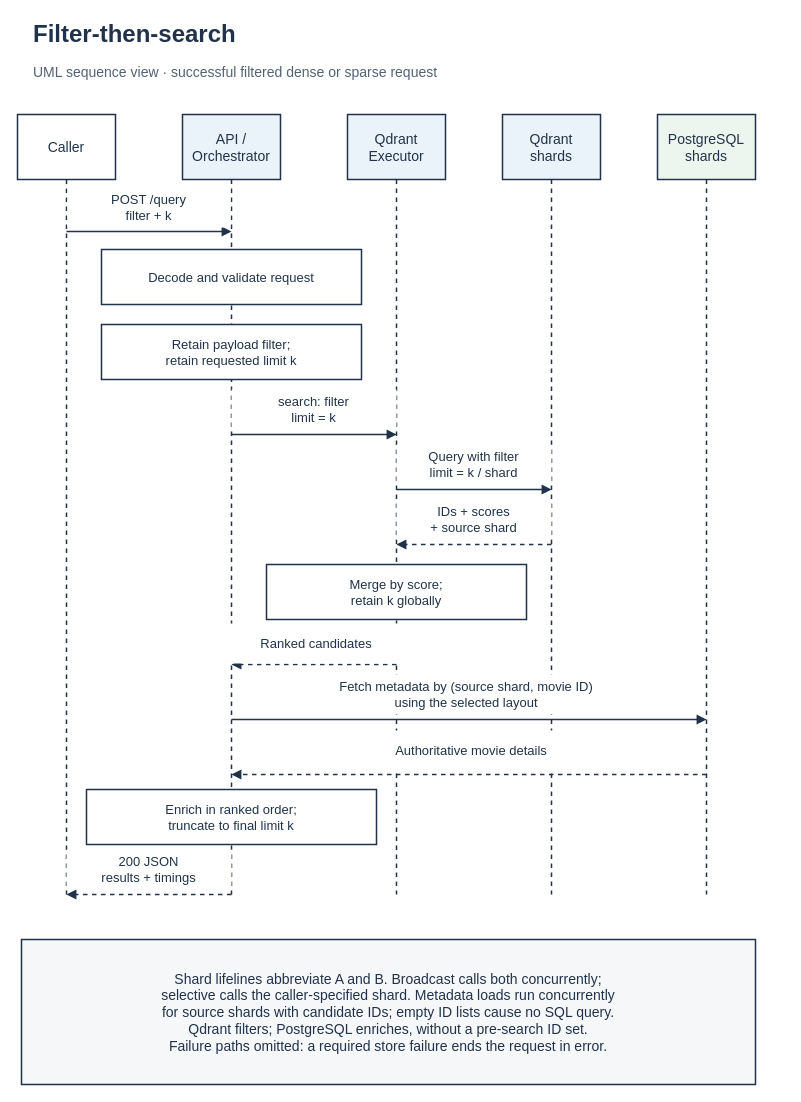
Above: page "filter-then-search" (8 of 12) of report/final/diagrams/diagrams.drawio in devangcx/distributed-retrieval (draw.io), before the change. Source tidied: cells renumbered, new cells numbered last; positions are measured from the earlier drawing's top-left corner, leaving out a move shared by most shapes. Both pictures are drawn from the tidied source at 100%, with x=0, y=0 at pixel (17, 17).
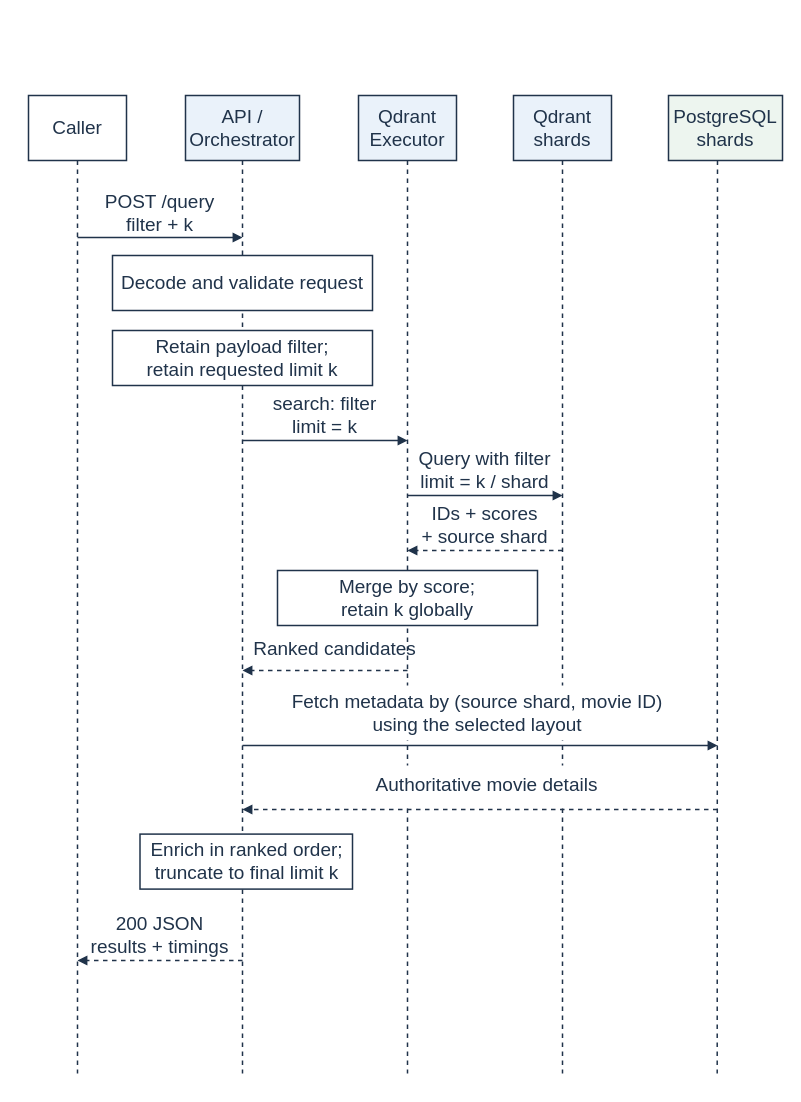
The same diagram, later.

What changed in the source:
```diff
@@
-    <mxCell id="2" value="Filter-then-search" style="text;html=0;whiteSpace=wrap;align=left;verticalAlign=middle;fontFamily=Arial;fontSize=24;fontColor=#20334A;fontStyle=1;spacing=12;" parent="1" vertex="1">
-      <mxGeometry x="4" width="734" height="34" as="geometry" />
-    </mxCell>
-    <mxCell id="3" value="UML sequence view · successful filtered dense or sparse request" style="text;html=0;whiteSpace=wrap;align=left;verticalAlign=middle;fontFamily=Arial;fontSize=14;fontColor=#526274;fontStyle=0;spacing=12;" parent="1" vertex="1">
-      <mxGeometry x="4" y="39" width="734" height="32" as="geometry" />
-    </mxCell>
-    <mxCell id="4" value="Caller" style="rounded=0;html=0;whiteSpace=wrap;fillColor=#FFFFFF;strokeColor=#20334A;strokeWidth=1.5;fontFamily=Arial;fontSize=14;fontColor=#20334A;spacing=10;" parent="1" vertex="1">
-      <mxGeometry y="97" width="98" height="65" as="geometry" />
+    <mxCell id="4" value="Caller" style="rounded=0;html=0;whiteSpace=wrap;fillColor=#FFFFFF;strokeColor=#20334A;strokeWidth=1.5;fontFamily=Arial;fontSize=19;fontColor=#20334A;spacing=10;" parent="1" vertex="1">
+      <mxGeometry x="11" y="78" width="98" height="65" as="geometry" />
     </mxCell>
-    <mxCell id="5" style="html=0;rounded=0;strokeColor=#20334A;strokeWidth=1.5;endArrow=none;endFill=1;dashed=1;" parent="1" edge="1">
+    <mxCell id="5" style="html=0;rounded=0;strokeColor=#20334A;strokeWidth=1.5;endArrow=none;endFill=1;dashed=1;fontSize=19;" parent="1" edge="1">
       <mxGeometry relative="1" as="geometry">
-        <mxPoint x="49" y="162" as="sourcePoint" />
-        <mxPoint x="49" y="877" as="targetPoint" />
+        <mxPoint x="60" y="143" as="sourcePoint" />
+        <mxPoint x="60" y="1056" as="targetPoint" />
       </mxGeometry>
     </mxCell>
-    <mxCell id="6" value="API /&#10;Orchestrator" style="rounded=0;html=0;whiteSpace=wrap;fillColor=#EAF2FA;strokeColor=#20334A;strokeWidth=1.5;fontFamily=Arial;fontSize=14;fontColor=#20334A;spacing=10;" parent="1" vertex="1">
-      <mxGeometry x="165" y="97" width="98" height="65" as="geometry" />
+    <mxCell id="6" value="API /&#10;Orchestrator" style="rounded=0;html=0;whiteSpace=wrap;fillColor=#EAF2FA;strokeColor=#20334A;strokeWidth=1.5;fontFamily=Arial;fontSize=19;fontColor=#20334A;spacing=10;" parent="1" vertex="1">
+      <mxGeometry x="168" y="78" width="114" height="65" as="geometry" />
     </mxCell>
-    <mxCell id="7" style="html=0;rounded=0;strokeColor=#20334A;strokeWidth=1.5;endArrow=none;endFill=1;dashed=1;" parent="1" edge="1">
+    <mxCell id="7" style="html=0;rounded=0;strokeColor=#20334A;strokeWidth=1.5;endArrow=none;endFill=1;dashed=1;fontSize=19;" parent="1" edge="1">
       <mxGeometry relative="1" as="geometry">
-        <mxPoint x="214" y="162" as="sourcePoint" />
-        <mxPoint x="214" y="877" as="targetPoint" />
+        <mxPoint x="225" y="143" as="sourcePoint" />
+        <mxPoint x="225" y="1056" as="targetPoint" />
       </mxGeometry>
     </mxCell>
-    <mxCell id="8" value="Qdrant&#10;Executor" style="rounded=0;html=0;whiteSpace=wrap;fillColor=#EAF2FA;strokeColor=#20334A;strokeWidth=1.5;fontFamily=Arial;fontSize=14;fontColor=#20334A;spacing=10;" parent="1" vertex="1">
-      <mxGeometry x="330" y="97" width="98" height="65" as="geometry" />
+    <mxCell id="8" value="Qdrant&#10;Executor" style="rounded=0;html=0;whiteSpace=wrap;fillColor=#EAF2FA;strokeColor=#20334A;strokeWidth=1.5;fontFamily=Arial;fontSize=19;fontColor=#20334A;spacing=10;" parent="1" vertex="1">
+      <mxGeometry x="341" y="78" width="98" height="65" as="geometry" />
     </mxCell>
-    <mxCell id="9" style="html=0;rounded=0;strokeColor=#20334A;strokeWidth=1.5;endArrow=none;endFill=1;dashed=1;" parent="1" edge="1">
+    <mxCell id="9" style="html=0;rounded=0;strokeColor=#20334A;strokeWidth=1.5;endArrow=none;endFill=1;dashed=1;fontSize=19;" parent="1" edge="1">
       <mxGeometry relative="1" as="geometry">
-        <mxPoint x="379" y="162" as="sourcePoint" />
-        <mxPoint x="379" y="877" as="targetPoint" />
+        <mxPoint x="390" y="143" as="sourcePoint" />
+        <mxPoint x="390" y="1056" as="targetPoint" />
       </mxGeometry>
     </mxCell>
-    <mxCell id="10" value="Qdrant&#10;shards" style="rounded=0;html=0;whiteSpace=wrap;fillColor=#EAF2FA;strokeColor=#20334A;strokeWidth=1.5;fontFamily=Arial;fontSize=14;fontColor=#20334A;spacing=10;" parent="1" vertex="1">
-      <mxGeometry x="485" y="97" width="98" height="65" as="geometry" />
+    <mxCell id="10" value="Qdrant&#10;shards" style="rounded=0;html=0;whiteSpace=wrap;fillColor=#EAF2FA;strokeColor=#20334A;strokeWidth=1.5;fontFamily=Arial;fontSize=19;fontColor=#20334A;spacing=10;" parent="1" vertex="1">
+      <mxGeometry x="496" y="78" width="98" height="65" as="geometry" />
     </mxCell>
-    <mxCell id="11" style="html=0;rounded=0;strokeColor=#20334A;strokeWidth=1.5;endArrow=none;endFill=1;dashed=1;" parent="1" edge="1">
+    <mxCell id="11" style="html=0;rounded=0;strokeColor=#20334A;strokeWidth=1.5;endArrow=none;endFill=1;dashed=1;fontSize=19;" parent="1" edge="1">
       <mxGeometry relative="1" as="geometry">
-        <mxPoint x="534" y="162" as="sourcePoint" />
-        <mxPoint x="534" y="877" as="targetPoint" />
+        <mxPoint x="545" y="143" as="sourcePoint" />
+        <mxPoint x="545" y="1056" as="targetPoint" />
       </mxGeometry>
     </mxCell>
-    <mxCell id="12" value="PostgreSQL&#10;shards" style="rounded=0;html=0;whiteSpace=wrap;fillColor=#EDF5EF;strokeColor=#20334A;strokeWidth=1.5;fontFamily=Arial;fontSize=14;fontColor=#20334A;spacing=10;" parent="1" vertex="1">
-      <mxGeometry x="640" y="97" width="98" height="65" as="geometry" />
+    <mxCell id="12" value="PostgreSQL&#10;shards" style="rounded=0;html=0;whiteSpace=wrap;fillColor=#EDF5EF;strokeColor=#20334A;strokeWidth=1.5;fontFamily=Arial;fontSize=19;fontColor=#20334A;spacing=10;" parent="1" vertex="1">
+      <mxGeometry x="651" y="78" width="114" height="65" as="geometry" />
     </mxCell>
-    <mxCell id="13" style="html=0;rounded=0;strokeColor=#20334A;strokeWidth=1.5;endArrow=none;endFill=1;dashed=1;" parent="1" edge="1">
+    <mxCell id="13" style="html=0;rounded=0;strokeColor=#20334A;strokeWidth=1.5;endArrow=none;endFill=1;dashed=1;fontSize=19;" parent="1" edge="1">
       <mxGeometry relative="1" as="geometry">
-        <mxPoint x="689" y="162" as="sourcePoint" />
-        <mxPoint x="689" y="877" as="targetPoint" />
+        <mxPoint x="700" y="143" as="sourcePoint" />
+        <mxPoint x="699.7" y="1056" as="targetPoint" />
       </mxGeometry>
     </mxCell>
-    <mxCell id="14" style="html=0;rounded=0;strokeColor=#20334A;strokeWidth=1.5;endArrow=block;endFill=1;" parent="1" edge="1">
+    <mxCell id="14" style="html=0;rounded=0;strokeColor=#20334A;strokeWidth=1.5;endArrow=block;endFill=1;fontSize=19;" parent="1" edge="1">
       <mxGeometry relative="1" as="geometry">
-        <mxPoint x="49" y="214" as="sourcePoint" />
-        <mxPoint x="214" y="214" as="targetPoint" />
+        <mxPoint x="60" y="220" as="sourcePoint" />
+        <mxPoint x="225" y="220" as="targetPoint" />
       </mxGeometry>
     </mxCell>
-    <mxCell id="15" value="POST /query&#10;filter + k" style="text;html=0;fillColor=#FFFFFF;whiteSpace=wrap;align=center;verticalAlign=middle;fontFamily=Arial;fontSize=13;fontColor=#20334A;fontStyle=0;spacing=12;" parent="1" vertex="1">
-      <mxGeometry x="50" y="170" width="163" height="40" as="geometry" />
+    <mxCell id="15" value="POST /query&#10;filter + k" style="text;html=0;fillColor=none;whiteSpace=wrap;align=center;verticalAlign=middle;fontFamily=Arial;fontSize=19;fontColor=#20334A;fontStyle=0;spacing=12;" parent="1" vertex="1">
+      <mxGeometry x="61" y="176" width="163" height="40" as="geometry" />
     </mxCell>
-    <mxCell id="16" value="Decode and validate request" style="rounded=0;html=0;whiteSpace=wrap;fillColor=#FFFFFF;strokeColor=#20334A;strokeWidth=1.5;fontFamily=Arial;fontSize=13;fontColor=#20334A;spacing=10;" parent="1" vertex="1">
-      <mxGeometry x="84" y="232" width="260" height="55" as="geometry" />
+    <mxCell id="16" value="Decode and validate request" style="rounded=0;html=0;whiteSpace=wrap;fillColor=#FFFFFF;strokeColor=#20334A;strokeWidth=1.5;fontFamily=Arial;fontSize=19;fontColor=#20334A;spacing=10;" parent="1" vertex="1">
+      <mxGeometry x="95" y="238" width="260" height="55" as="geometry" />
     </mxCell>
-    <mxCell id="17" value="Retain payload filter;&#10;retain requested limit k" style="rounded=0;html=0;whiteSpace=wrap;fillColor=#FFFFFF;strokeColor=#20334A;strokeWidth=1.5;fontFamily=Arial;fontSize=13;fontColor=#20334A;spacing=10;" parent="1" vertex="1">
-      <mxGeometry x="84" y="307" width="260" height="55" as="geometry" />
+    <mxCell id="17" value="Retain payload filter;&#10;retain requested limit k" style="rounded=0;html=0;whiteSpace=wrap;fillColor=default;strokeColor=#20334A;strokeWidth=1.5;fontFamily=Arial;fontSize=19;fontColor=#20334A;spacing=10;" parent="1" vertex="1">
+      <mxGeometry x="95" y="313" width="260" height="55" as="geometry" />
     </mxCell>
-    <mxCell id="18" style="html=0;rounded=0;strokeColor=#20334A;strokeWidth=1.5;endArrow=block;endFill=1;" parent="1" edge="1">
+    <mxCell id="18" style="html=0;rounded=0;strokeColor=#20334A;strokeWidth=1.5;endArrow=block;endFill=1;fontSize=19;" parent="1" edge="1">
       <mxGeometry relative="1" as="geometry">
-        <mxPoint x="214" y="417" as="sourcePoint" />
-        <mxPoint x="379" y="417" as="targetPoint" />
+        <mxPoint x="225" y="423" as="sourcePoint" />
+        <mxPoint x="390" y="423" as="targetPoint" />
       </mxGeometry>
     </mxCell>
-    <mxCell id="19" value="search: filter&#10;limit = k" style="text;html=0;fillColor=#FFFFFF;whiteSpace=wrap;align=center;verticalAlign=middle;fontFamily=Arial;fontSize=13;fontColor=#20334A;fontStyle=0;spacing=12;" parent="1" vertex="1">
-      <mxGeometry x="214" y="372" width="165" height="40" as="geometry" />
+    <mxCell id="19" value="search: filter&#10;limit = k" style="text;html=0;fillColor=none;whiteSpace=wrap;align=center;verticalAlign=middle;fontFamily=Arial;fontSize=19;fontColor=#20334A;fontStyle=0;spacing=12;" parent="1" vertex="1">
+      <mxGeometry x="225" y="378" width="165" height="40" as="geometry" />
     </mxCell>
-    <mxCell id="20" style="html=0;rounded=0;strokeColor=#20334A;strokeWidth=1.5;endArrow=block;endFill=1;" parent="1" edge="1">
+    <mxCell id="20" style="html=0;rounded=0;strokeColor=#20334A;strokeWidth=1.5;endArrow=block;endFill=1;fontSize=19;" parent="1" edge="1">
       <mxGeometry relative="1" as="geometry">
-        <mxPoint x="379" y="472" as="sourcePoint" />
-        <mxPoint x="534" y="472" as="targetPoint" />
+        <mxPoint x="390" y="478" as="sourcePoint" />
+        <mxPoint x="545" y="478" as="targetPoint" />
       </mxGeometry>
     </mxCell>
-    <mxCell id="21" value="Query with filter&#10;limit = k / shard" style="text;html=0;fillColor=#FFFFFF;whiteSpace=wrap;align=center;verticalAlign=middle;fontFamily=Arial;fontSize=13;fontColor=#20334A;fontStyle=0;spacing=12;" parent="1" vertex="1">
-      <mxGeometry x="379" y="427" width="155" height="40" as="geometry" />
+    <mxCell id="21" value="Query with filter&#10;limit = k / shard" style="text;html=0;fillColor=none;whiteSpace=wrap;align=center;verticalAlign=middle;fontFamily=Arial;fontSize=19;fontColor=#20334A;fontStyle=0;spacing=12;" parent="1" vertex="1">
+      <mxGeometry x="390" y="433" width="155" height="40" as="geometry" />
     </mxCell>
-    <mxCell id="22" style="html=0;rounded=0;strokeColor=#20334A;strokeWidth=1.5;endArrow=block;endFill=1;dashed=1;" parent="1" edge="1">
+    <mxCell id="22" style="html=0;rounded=0;strokeColor=#20334A;strokeWidth=1.5;endArrow=block;endFill=1;dashed=1;fontSize=19;" parent="1" edge="1">
       <mxGeometry relative="1" as="geometry">
-        <mxPoint x="534" y="527" as="sourcePoint" />
-        <mxPoint x="379" y="527" as="targetPoint" />
+        <mxPoint x="545" y="533" as="sourcePoint" />
+        <mxPoint x="390" y="533" as="targetPoint" />
       </mxGeometry>
     </mxCell>
-    <mxCell id="23" value="IDs + scores&#10;+ source shard" style="text;html=0;fillColor=#FFFFFF;whiteSpace=wrap;align=center;verticalAlign=middle;fontFamily=Arial;fontSize=13;fontColor=#20334A;fontStyle=0;spacing=12;" parent="1" vertex="1">
-      <mxGeometry x="379" y="482" width="155" height="40" as="geometry" />
+    <mxCell id="23" value="IDs + scores&#10;+ source shard" style="text;html=0;fillColor=none;whiteSpace=wrap;align=center;verticalAlign=middle;fontFamily=Arial;fontSize=19;fontColor=#20334A;fontStyle=0;spacing=12;" parent="1" vertex="1">
+      <mxGeometry x="390" y="488" width="155" height="40" as="geometry" />
     </mxCell>
-    <mxCell id="24" value="Merge by score;&#10;retain k globally" style="rounded=0;html=0;whiteSpace=wrap;fillColor=#FFFFFF;strokeColor=#20334A;strokeWidth=1.5;fontFamily=Arial;fontSize=13;fontColor=#20334A;spacing=10;" parent="1" vertex="1">
-      <mxGeometry x="249" y="547" width="260" height="55" as="geometry" />
+    <mxCell id="24" value="Merge by score;&#10;retain k globally" style="rounded=0;html=0;whiteSpace=wrap;fillColor=default;strokeColor=#20334A;strokeWidth=1.5;fontFamily=Arial;fontSize=19;fontColor=#20334A;spacing=10;" parent="1" vertex="1">
+      <mxGeometry x="260" y="553" width="260" height="55" as="geometry" />
     </mxCell>
-    <mxCell id="25" style="html=0;rounded=0;strokeColor=#20334A;strokeWidth=1.5;endArrow=block;endFill=1;dashed=1;" parent="1" edge="1">
+    <mxCell id="25" style="html=0;rounded=0;strokeColor=#20334A;strokeWidth=1.5;endArrow=block;endFill=1;dashed=1;fontSize=19;" parent="1" edge="1">
       <mxGeometry relative="1" as="geometry">
-        <mxPoint x="379" y="647" as="sourcePoint" />
-        <mxPoint x="214" y="647" as="targetPoint" />
+        <mxPoint x="390" y="653" as="sourcePoint" />
+        <mxPoint x="225" y="653" as="targetPoint" />
       </mxGeometry>
     </mxCell>
-    <mxCell id="26" value="Ranked candidates" style="text;html=0;fillColor=#FFFFFF;whiteSpace=wrap;align=center;verticalAlign=middle;fontFamily=Arial;fontSize=13;fontColor=#20334A;fontStyle=0;spacing=12;" parent="1" vertex="1">
-      <mxGeometry x="209" y="606" width="180" height="40" as="geometry" />
+    <mxCell id="26" value="Ranked candidates" style="text;html=0;fillColor=none;whiteSpace=wrap;align=center;verticalAlign=middle;fontFamily=Arial;fontSize=19;fontColor=#20334A;fontStyle=0;spacing=12;" parent="1" vertex="1">
+      <mxGeometry x="220" y="612" width="195" height="40" as="geometry" />
     </mxCell>
-    <mxCell id="27" style="html=0;rounded=0;strokeColor=#20334A;strokeWidth=1.5;endArrow=block;endFill=1;" parent="1" edge="1">
+    <mxCell id="27" style="html=0;rounded=0;strokeColor=#20334A;strokeWidth=1.5;endArrow=block;endFill=1;fontSize=19;" parent="1" edge="1">
       <mxGeometry relative="1" as="geometry">
-        <mxPoint x="214" y="702" as="sourcePoint" />
-        <mxPoint x="689" y="702" as="targetPoint" />
+        <mxPoint x="225" y="728" as="sourcePoint" />
+        <mxPoint x="700" y="728" as="targetPoint" />
       </mxGeometry>
     </mxCell>
-    <mxCell id="28" value="Fetch metadata by (source shard, movie ID)&#10;using the selected layout" style="text;html=0;fillColor=#FFFFFF;whiteSpace=wrap;align=center;verticalAlign=middle;fontFamily=Arial;fontSize=13;fontColor=#20334A;fontStyle=0;spacing=12;" parent="1" vertex="1">
-      <mxGeometry x="229" y="657" width="440" height="40" as="geometry" />
+    <mxCell id="28" value="Fetch metadata by (source shard, movie ID)&#10;using the selected layout" style="text;html=0;fillColor=default;whiteSpace=wrap;align=center;verticalAlign=middle;fontFamily=Arial;fontSize=19;fontColor=#20334A;fontStyle=0;spacing=12;strokeColor=none;" parent="1" vertex="1">
+      <mxGeometry x="240" y="668" width="440" height="55" as="geometry" />
     </mxCell>
-    <mxCell id="29" style="html=0;rounded=0;strokeColor=#20334A;strokeWidth=1.5;endArrow=block;endFill=1;dashed=1;" parent="1" edge="1">
+    <mxCell id="29" style="html=0;rounded=0;strokeColor=#20334A;strokeWidth=1.5;endArrow=block;endFill=1;dashed=1;fontSize=19;" parent="1" edge="1">
       <mxGeometry relative="1" as="geometry">
-        <mxPoint x="689" y="757" as="sourcePoint" />
-        <mxPoint x="214" y="757" as="targetPoint" />
+        <mxPoint x="700" y="792" as="sourcePoint" />
+        <mxPoint x="225" y="792" as="targetPoint" />
       </mxGeometry>
     </mxCell>
-    <mxCell id="30" value="Authoritative movie details" style="text;html=0;fillColor=#FFFFFF;whiteSpace=wrap;align=center;verticalAlign=middle;fontFamily=Arial;fontSize=13;fontColor=#20334A;fontStyle=0;spacing=12;" parent="1" vertex="1">
-      <mxGeometry x="274" y="713" width="360" height="40" as="geometry" />
+    <mxCell id="30" value="Authoritative movie details" style="text;html=0;fillColor=default;whiteSpace=wrap;align=center;verticalAlign=middle;fontFamily=Arial;fontSize=19;fontColor=#20334A;fontStyle=0;spacing=12;strokeColor=none;" parent="1" vertex="1">
+      <mxGeometry x="342.5" y="748" width="252.5" height="40" as="geometry" />
     </mxCell>
-    <mxCell id="31" value="Enrich in ranked order;&#10;truncate to final limit k" style="rounded=0;html=0;whiteSpace=wrap;fillColor=#FFFFFF;strokeColor=#20334A;strokeWidth=1.5;fontFamily=Arial;fontSize=13;fontColor=#20334A;spacing=10;" parent="1" vertex="1">
-      <mxGeometry x="69" y="772" width="290" height="55" as="geometry" />
+    <mxCell id="31" value="Enrich in ranked order;&#10;truncate to final limit k" style="rounded=0;html=0;whiteSpace=wrap;fillColor=default;strokeColor=#20334A;strokeWidth=1.5;fontFamily=Arial;fontSize=19;fontColor=#20334A;spacing=10;" parent="1" vertex="1">
+      <mxGeometry x="122.5" y="816.6" width="212.5" height="55" as="geometry" />
     </mxCell>
-    <mxCell id="32" style="html=0;rounded=0;strokeColor=#20334A;strokeWidth=1.5;endArrow=block;endFill=1;dashed=1;" parent="1" edge="1">
+    <mxCell id="32" style="html=0;rounded=0;strokeColor=#20334A;strokeWidth=1.5;endArrow=block;endFill=1;dashed=1;fontSize=19;" parent="1" edge="1">
       <mxGeometry relative="1" as="geometry">
-        <mxPoint x="214" y="877" as="sourcePoint" />
-        <mxPoint x="49" y="877" as="targetPoint" />
+        <mxPoint x="225" y="943" as="sourcePoint" />
+        <mxPoint x="60" y="943" as="targetPoint" />
       </mxGeometry>
     </mxCell>
-    <mxCell id="33" value="200 JSON&#10;results + timings" style="text;html=0;fillColor=#FFFFFF;whiteSpace=wrap;align=center;verticalAlign=middle;fontFamily=Arial;fontSize=13;fontColor=#20334A;fontStyle=0;spacing=12;" parent="1" vertex="1">
-      <mxGeometry x="49" y="832" width="165" height="40" as="geometry" />
+    <mxCell id="33" value="200 JSON&#10;results + timings" style="text;html=0;fillColor=none;whiteSpace=wrap;align=center;verticalAlign=middle;fontFamily=Arial;fontSize=19;fontColor=#20334A;fontStyle=0;spacing=12;" parent="1" vertex="1">
+      <mxGeometry x="60" y="898" width="165" height="40" as="geometry" />
     </mxCell>
-    <mxCell id="34" value="Shard lifelines abbreviate A and B. Broadcast calls both concurrently;&#10;selective calls the caller-specified shard. Metadata loads run concurrently&#10;for source shards with candidate IDs; empty ID lists cause no SQL query.&#10;Qdrant filters; PostgreSQL enriches, without a pre-search ID set.&#10;Failure paths omitted: a required store failure ends the request in error." style="rounded=0;html=0;whiteSpace=wrap;fillColor=#F6F7F9;strokeColor=#20334A;strokeWidth=1.5;fontFamily=Arial;fontSize=14;fontColor=#20334A;spacing=10;" parent="1" vertex="1">
-      <mxGeometry x="4" y="922" width="734" height="145" as="geometry" />
-    </mxCell>
```
